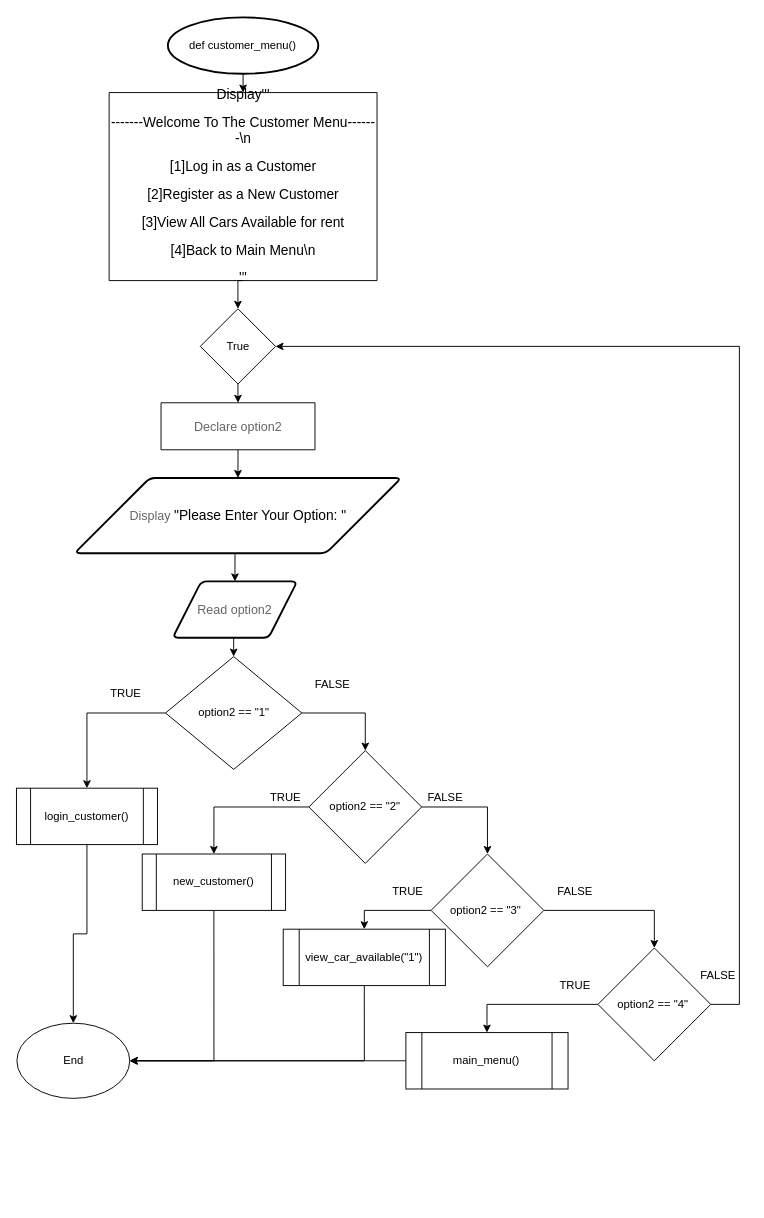
Above: page "customer_menu()" (7 of 27) of Flowchart.drawio in LeeRenJie/python-assignment (draw.io), before the change. Source tidied: cells renumbered, new cells numbered last; positions are measured from the earlier drawing's top-left corner, leaving out a move shared by most shapes. Both pictures are drawn from the tidied source at 94%, with x=0, y=0 at pixel (16, 17).
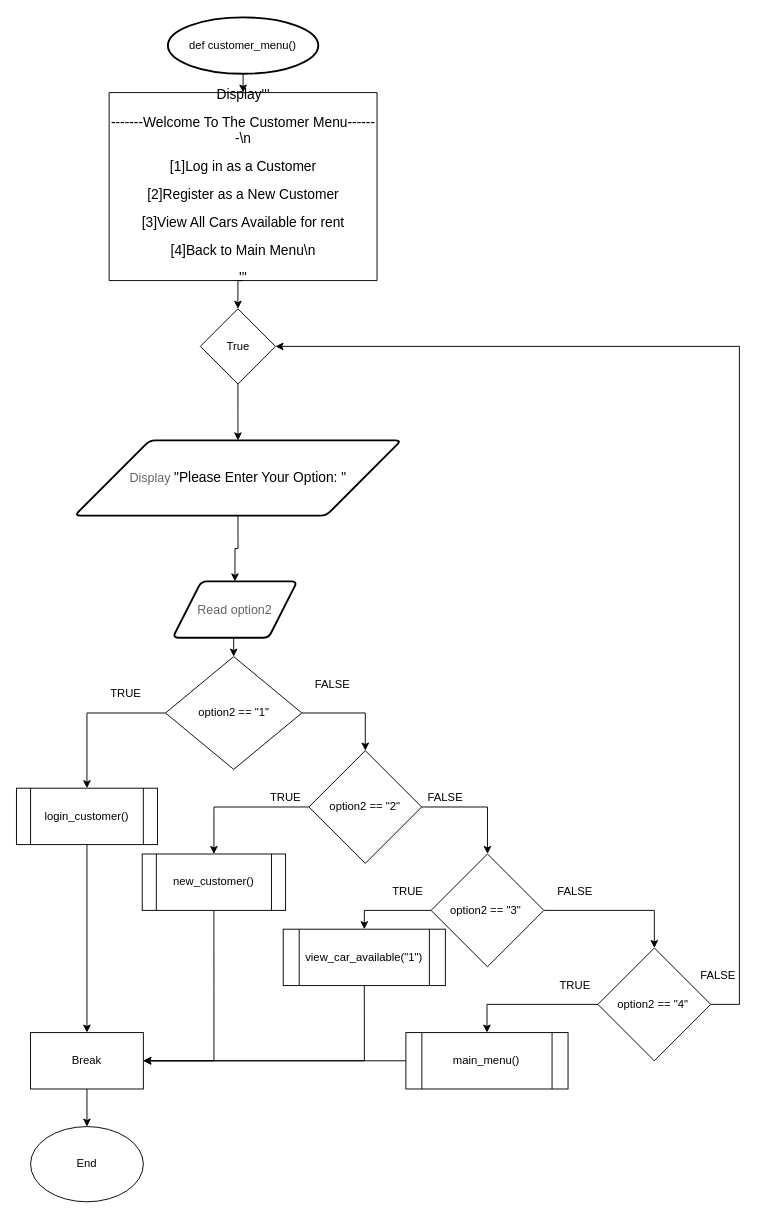
Above is the later version.

The change refers to these unchanged cells:
```xml
<mxCell id="25" value="login_customer()" style="shape=process;whiteSpace=wrap;html=1;backgroundOutline=1;" parent="1" vertex="1">
  <mxGeometry y="820" width="150" height="60" as="geometry" />
</mxCell>
<mxCell id="27" value="new_customer()" style="shape=process;whiteSpace=wrap;html=1;backgroundOutline=1;" parent="1" vertex="1">
  <mxGeometry x="133.8" y="890" width="152.5" height="60" as="geometry" />
</mxCell>
<mxCell id="29" value="view_car_available(&quot;1&quot;)" style="shape=process;whiteSpace=wrap;html=1;backgroundOutline=1;" parent="1" vertex="1">
  <mxGeometry x="283.8" y="970" width="172.5" height="60" as="geometry" />
</mxCell>
<mxCell id="36" value="main_menu()" style="shape=process;whiteSpace=wrap;html=1;backgroundOutline=1;" parent="1" vertex="1">
  <mxGeometry x="414.3" y="1080" width="172.5" height="60" as="geometry" />
</mxCell>
<mxCell id="40" value="True" style="rhombus;whiteSpace=wrap;html=1;" parent="1" vertex="1">
  <mxGeometry x="195.6" y="310" width="80" height="80" as="geometry" />
</mxCell>
```

The edit, as a diff of the source:
```diff
@@
-    <mxCell id="4" style="edgeStyle=orthogonalEdgeStyle;rounded=0;jettySize=auto;html=1;exitX=0.5;exitY=1;exitDx=0;exitDy=0;entryX=0.5;entryY=0;entryDx=0;entryDy=0;" parent="1" edge="1" source="40" target="39">
-      <mxGeometry relative="1" as="geometry" />
-    </mxCell>
@@
     <mxCell id="7" value="&lt;span style=&quot;font-family: &amp;#34;noto_regular&amp;#34; ; color: rgb(101 , 101 , 101) ; font-size: 10pt&quot;&gt;Display  &lt;/span&gt;&lt;span style=&quot;font-family: &amp;#34;noto_regular&amp;#34; ; font-size: 11pt&quot;&gt;&quot;Please Enter Your Option: &quot;&lt;/span&gt;" style="shape=parallelogram;html=1;strokeWidth=2;perimeter=parallelogramPerimeter;whiteSpace=wrap;rounded=1;arcSize=12;size=0.23;" parent="1" vertex="1">
-      <mxGeometry x="61.9" y="490" width="347.5" height="80" as="geometry" />
+      <mxGeometry x="61.9" y="450" width="347.5" height="80" as="geometry" />
     </mxCell>
@@
-    <mxCell id="24" style="edgeStyle=orthogonalEdgeStyle;rounded=0;jettySize=auto;html=1;exitX=0.5;exitY=1;exitDx=0;exitDy=0;entryX=0.5;entryY=0;entryDx=0;entryDy=0;" parent="1" edge="1" source="25" target="42">
+    <mxCell id="24" style="edgeStyle=orthogonalEdgeStyle;rounded=0;jettySize=auto;html=1;exitX=0.5;exitY=1;exitDx=0;exitDy=0;entryX=0.5;entryY=0;entryDx=0;entryDy=0;" parent="1" edge="1" source="25" target="45">
       <mxGeometry relative="1" as="geometry" />
     </mxCell>
@@
-    <mxCell id="26" style="edgeStyle=orthogonalEdgeStyle;rounded=0;jettySize=auto;html=1;exitX=0.5;exitY=1;exitDx=0;exitDy=0;entryX=1;entryY=0.5;entryDx=0;entryDy=0;" parent="1" edge="1" source="27" target="42">
+    <mxCell id="26" style="edgeStyle=orthogonalEdgeStyle;rounded=0;jettySize=auto;html=1;exitX=0.5;exitY=1;exitDx=0;exitDy=0;entryX=1;entryY=0.5;entryDx=0;entryDy=0;" parent="1" edge="1" source="27" target="45">
       <mxGeometry relative="1" as="geometry" />
     </mxCell>
@@
-    <mxCell id="28" style="edgeStyle=orthogonalEdgeStyle;rounded=0;jettySize=auto;html=1;exitX=0.5;exitY=1;exitDx=0;exitDy=0;entryX=1;entryY=0.5;entryDx=0;entryDy=0;" parent="1" edge="1" source="29" target="42">
+    <mxCell id="28" style="edgeStyle=orthogonalEdgeStyle;rounded=0;jettySize=auto;html=1;exitX=0.5;exitY=1;exitDx=0;exitDy=0;entryX=1;entryY=0.5;entryDx=0;entryDy=0;" parent="1" edge="1" source="29" target="45">
       <mxGeometry relative="1" as="geometry" />
     </mxCell>
@@
-    <mxCell id="35" style="edgeStyle=orthogonalEdgeStyle;rounded=0;jettySize=auto;html=1;exitX=0;exitY=0.5;exitDx=0;exitDy=0;entryX=1;entryY=0.5;entryDx=0;entryDy=0;" parent="1" edge="1" source="36" target="42">
+    <mxCell id="35" style="edgeStyle=orthogonalEdgeStyle;rounded=0;jettySize=auto;html=1;exitX=0;exitY=0.5;exitDx=0;exitDy=0;entryX=1;entryY=0.5;entryDx=0;entryDy=0;" parent="1" edge="1" source="36" target="45">
       <mxGeometry relative="1" as="geometry" />
     </mxCell>
@@
-    <mxCell id="38" style="edgeStyle=orthogonalEdgeStyle;rounded=0;jettySize=auto;html=1;exitX=0.5;exitY=1;exitDx=0;exitDy=0;entryX=0.5;entryY=0;entryDx=0;entryDy=0;" parent="1" edge="1" source="39" target="7">
-      <mxGeometry relative="1" as="geometry" />
-    </mxCell>
-    <mxCell id="39" value="&lt;font color=&quot;#656565&quot; face=&quot;noto_regular&quot;&gt;&lt;span style=&quot;font-size: 13.3333px&quot;&gt;Declare option2&lt;/span&gt;&lt;/font&gt;" style="shape=parallelogram;perimeter=parallelogramPerimeter;whiteSpace=wrap;html=1;fixedSize=1;size=-280;" parent="1" vertex="1">
-      <mxGeometry x="153.8" y="410" width="163.8" height="50" as="geometry" />
-    </mxCell>
+    <mxCell id="43" style="edgeStyle=orthogonalEdgeStyle;rounded=0;jettySize=auto;html=1;" parent="1" edge="1" source="40" target="7">
+      <mxGeometry relative="1" as="geometry" />
+    </mxCell>
@@
+    <mxCell id="44" style="edgeStyle=orthogonalEdgeStyle;rounded=0;jettySize=auto;html=1;" parent="1" edge="1" source="45" target="42">
+      <mxGeometry relative="1" as="geometry" />
+    </mxCell>
+    <mxCell id="45" value="Break" style="rounded=0;whiteSpace=wrap;html=1;" parent="1" vertex="1">
+      <mxGeometry x="15" y="1080" width="120" height="60" as="geometry" />
+    </mxCell>
     <mxCell id="42" value="End" style="ellipse;whiteSpace=wrap;html=1;" parent="1" vertex="1">
-      <mxGeometry x="0.5" y="1070" width="120" height="80" as="geometry" />
+      <mxGeometry x="15" y="1180" width="120" height="80" as="geometry" />
     </mxCell>
```
